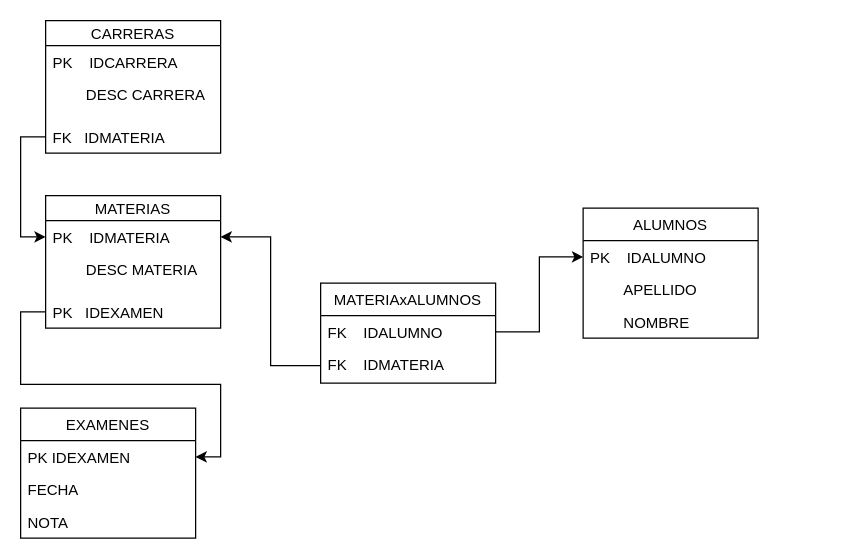
MATUKE23/LABIII keeps this draw.io diagram as TPA1B V2.drawio. Above is the earlier version. Source tidied: cells renumbered, new cells numbered last; positions are measured from the earlier drawing's top-left corner, leaving out a move shared by most shapes. Both pictures are drawn from the tidied source at 125%, with x=0, y=0 at pixel (20, 20).
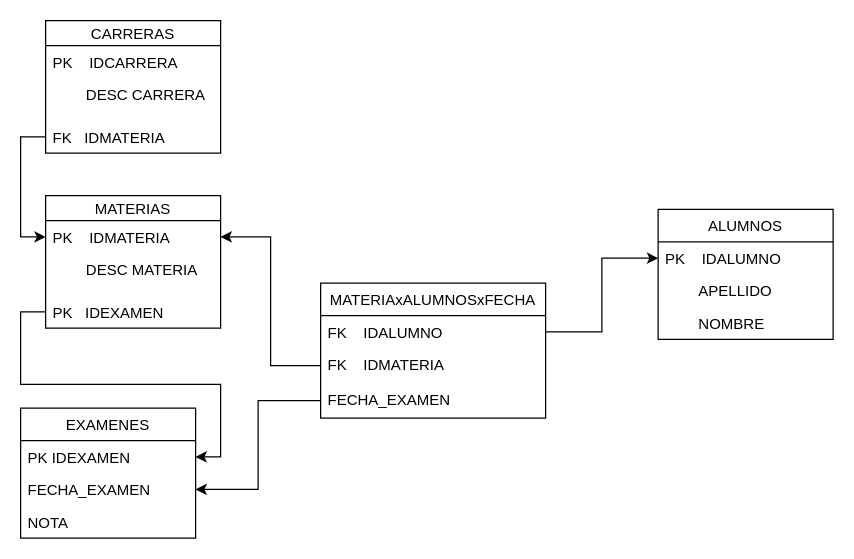
Above is the later version.

Unchanged cells that the change refers to:
```xml
<mxCell id="2" value="EXAMENES" style="swimlane;fontStyle=0;horizontal=1;startSize=26;fillColor=none;" parent="1" vertex="1">
  <mxGeometry y="310" width="140" height="104" as="geometry" />
</mxCell>
```

What changed in the source:
```diff
@@
-    <mxCell id="4" value="FECHA" style="text;strokeColor=none;fillColor=none;align=left;verticalAlign=top;spacingLeft=4;spacingRight=4;overflow=hidden;points=[[0,0.5],[1,0.5]];portConstraint=eastwest;" parent="2" vertex="1">
+    <mxCell id="4" value="FECHA_EXAMEN" style="text;strokeColor=none;fillColor=none;align=left;verticalAlign=top;spacingLeft=4;spacingRight=4;overflow=hidden;points=[[0,0.5],[1,0.5]];portConstraint=eastwest;" parent="2" vertex="1">
       <mxGeometry y="52" width="140" height="26" as="geometry" />
     </mxCell>
@@
     <mxCell id="6" value="ALUMNOS" style="swimlane;fontStyle=0;horizontal=1;startSize=26;fillColor=none;" parent="1" vertex="1">
-      <mxGeometry x="450" y="150" width="140" height="104" as="geometry" />
+      <mxGeometry x="510" y="151" width="140" height="104" as="geometry" />
     </mxCell>
@@
-    <mxCell id="19" value="MATERIAxALUMNOS" style="swimlane;fontStyle=0;horizontal=1;startSize=26;fillColor=none;" parent="1" vertex="1">
-      <mxGeometry x="240" y="210" width="140" height="80" as="geometry" />
+    <mxCell id="19" value="MATERIAxALUMNOSxFECHA" style="swimlane;fontStyle=0;horizontal=1;startSize=26;fillColor=none;" parent="1" vertex="1">
+      <mxGeometry x="240" y="210" width="180" height="108" as="geometry" />
     </mxCell>
     <mxCell id="20" value="FK    IDALUMNO" style="text;strokeColor=none;fillColor=none;align=left;verticalAlign=top;spacingLeft=4;spacingRight=4;overflow=hidden;points=[[0,0.5],[1,0.5]];portConstraint=eastwest;" parent="19" vertex="1">
-      <mxGeometry y="26" width="140" height="26" as="geometry" />
+      <mxGeometry y="26" width="180" height="26" as="geometry" />
     </mxCell>
     <mxCell id="21" value="FK    IDMATERIA" style="text;strokeColor=none;fillColor=none;align=left;verticalAlign=top;spacingLeft=4;spacingRight=4;overflow=hidden;points=[[0,0.5],[1,0.5]];portConstraint=eastwest;" parent="19" vertex="1">
-      <mxGeometry y="52" width="140" height="28" as="geometry" />
+      <mxGeometry y="52" width="180" height="28" as="geometry" />
     </mxCell>
+    <mxCell id="25" value="FECHA_EXAMEN" style="text;strokeColor=none;fillColor=none;align=left;verticalAlign=top;spacingLeft=4;spacingRight=4;overflow=hidden;points=[[0,0.5],[1,0.5]];portConstraint=eastwest;" parent="19" vertex="1">
+      <mxGeometry y="80" width="180" height="28" as="geometry" />
+    </mxCell>
@@
+    <mxCell id="26" style="edgeStyle=orthogonalEdgeStyle;rounded=0;jettySize=auto;html=1;" parent="1" edge="1" source="25" target="4">
+      <mxGeometry relative="1" as="geometry" />
+    </mxCell>
```
